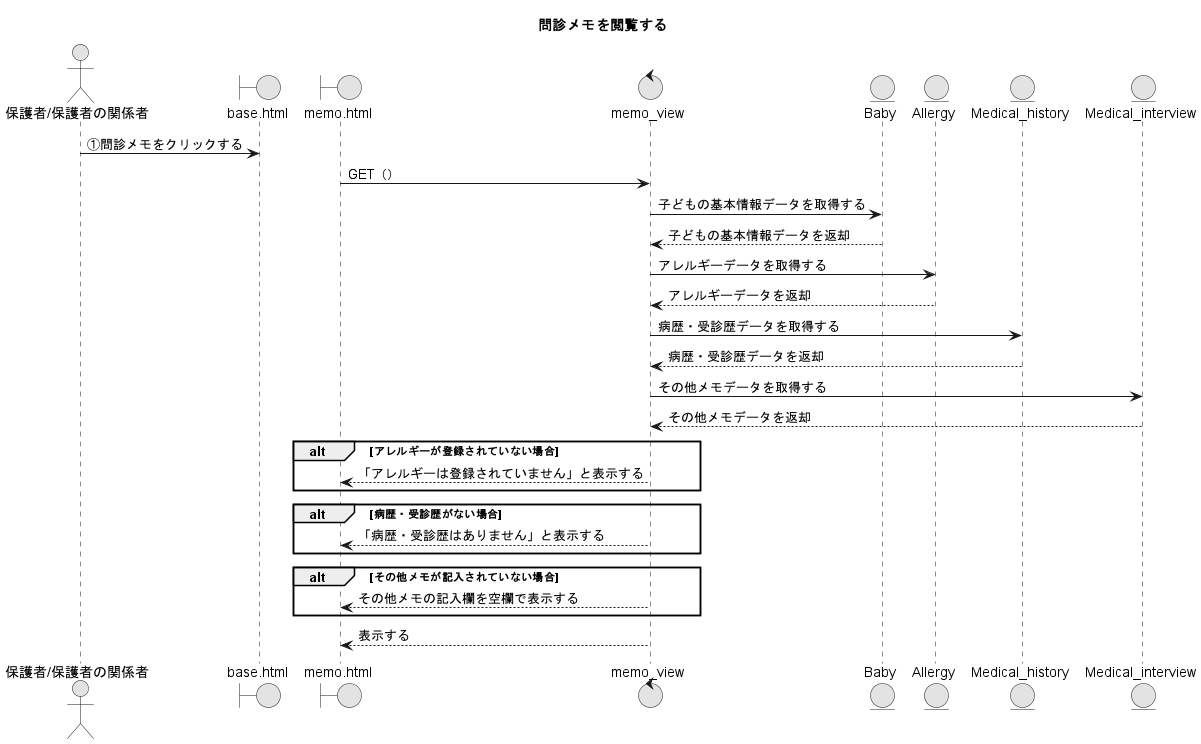
Ma2naga190330/26_sotugyou_puml keeps this PlantUML diagram as PNG/16_問診メモを閲覧する.png. Above is the earlier version.
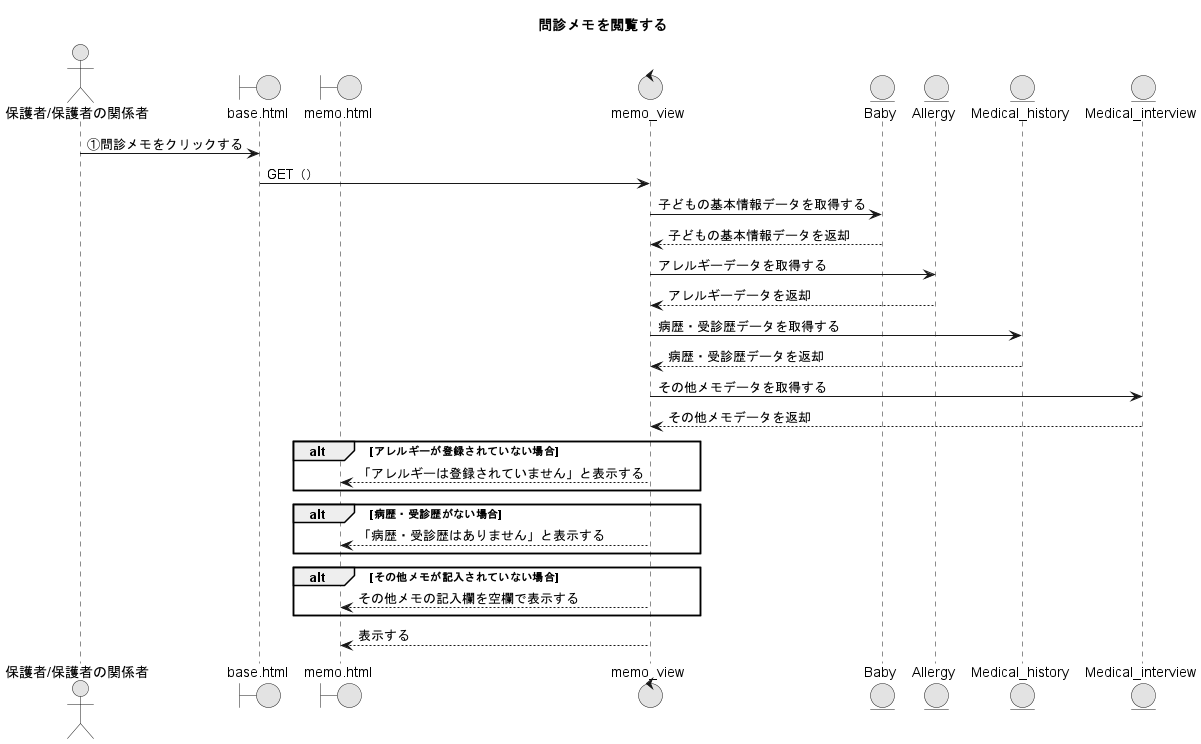
The same diagram one commit later.

Change to the diagram source:
```diff
@@ -13,7 +13,7 @@
 entity "Medical_interview" as MIM
 
 A -> BP : ①問診メモをクリックする
-MP -> MV : GET（）
+BP -> MV : GET（）
 MV -> BM : 子どもの基本情報データを取得する
 MV <-- BM : 子どもの基本情報データを返却
 MV -> AM : アレルギーデータを取得する
```
